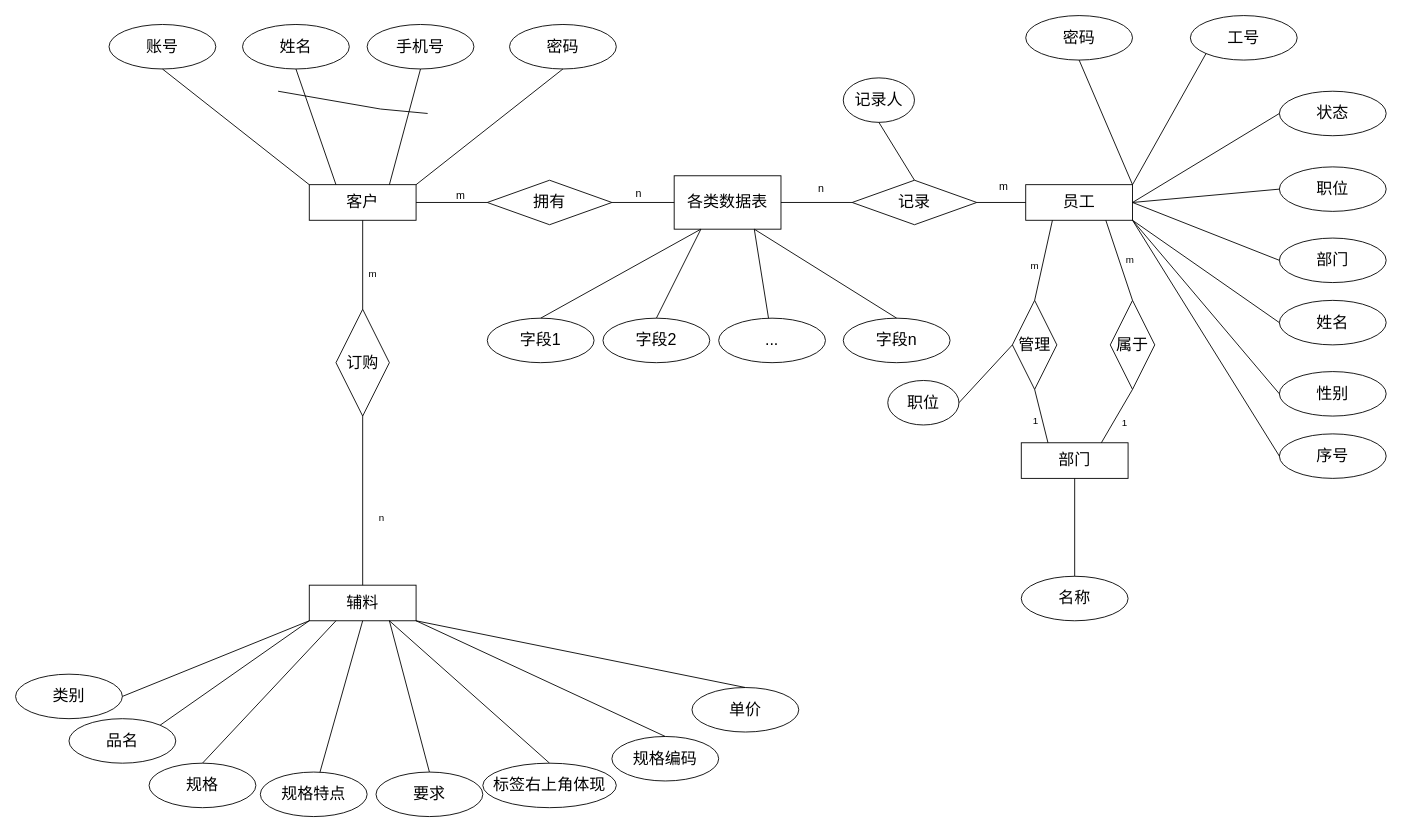
Above: 系统E-R图.drawio in shinejjy/Flow-Chart (draw.io), before the change. Source tidied: cells renumbered, new cells numbered last; positions are measured from the earlier drawing's top-left corner, leaving out a move shared by most shapes. Both pictures are drawn from the tidied source at 89%, with x=0, y=0 at pixel (15, 15).
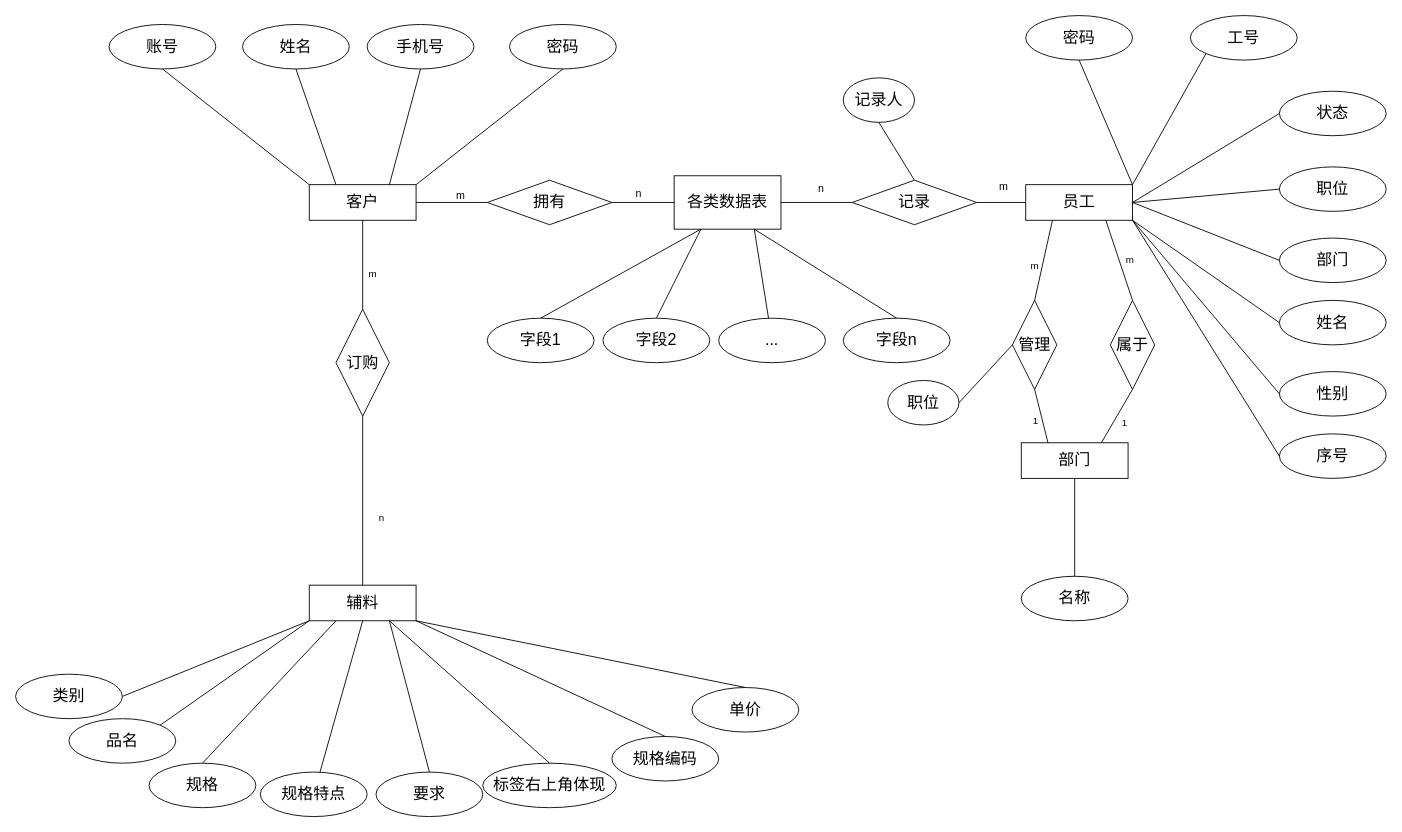
The same diagram, later.

Commit message:
更新系统E-R图.drawio

What changed in the source:
```diff
@@
-    <mxCell id="43" style="endArrow=none;html=1;rounded=0;entryX=1;entryY=0.5;entryDx=0;entryDy=0;exitX=0;exitY=0.5;exitDx=0;exitDy=0;" parent="1" edge="1">
-      <mxGeometry relative="1" as="geometry">
-        <mxPoint x="410" y="105" as="sourcePoint" />
-        <mxPoint x="295" y="85" as="targetPoint" />
-      </mxGeometry>
-    </mxCell>
-    <mxCell id="44" style="endArrow=none;html=1;rounded=0;entryX=0;entryY=0.5;entryDx=0;entryDy=0;exitX=1;exitY=0;exitDx=0;exitDy=0;" parent="1" edge="1">
-      <mxGeometry relative="1" as="geometry">
-        <mxPoint x="463" y="110" as="sourcePoint" />
-        <mxPoint x="410" y="105" as="targetPoint" />
-      </mxGeometry>
-    </mxCell>
```
